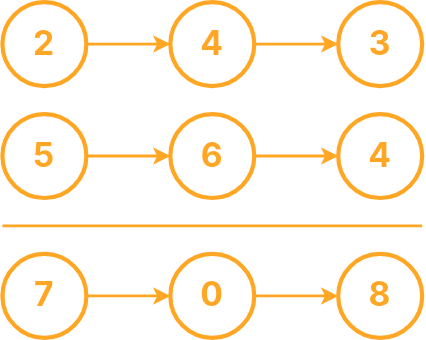
Above: docs/assets/images/leetcode/problem_2.svg in jks15satoshi/leetcode (draw.io), before the change. Source tidied: cells renumbered, new cells last; positions are measured from the earlier drawing's top-left corner, leaving out a move shared by most shapes.
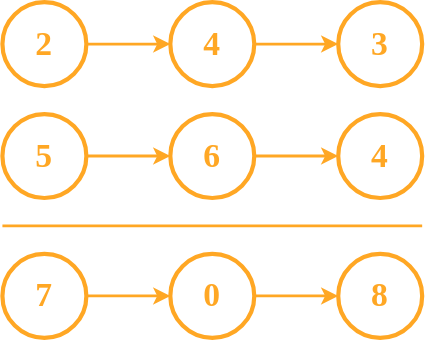
The same file after the commit.

Diff of the diagram source:
```diff
@@ -2,16 +2,16 @@
   <root>
     <mxCell id="0" />
     <mxCell id="1" parent="0" />
-    <mxCell id="2" value="&lt;span style=&quot;font-size: 24px;&quot;&gt;&lt;font style=&quot;font-size: 24px;&quot;&gt;2&lt;/font&gt;&lt;/span&gt;" style="ellipse;whiteSpace=wrap;html=1;fillColor=none;strokeWidth=3;strokeColor=#ffa724;fontColor=#FFA724;fontStyle=1;fontSize=24;labelBackgroundColor=none;fontFamily=Inter;fontSource=https%3A%2F%2Ffonts.googleapis.com%2Fcss%3Ffamily%3DInter;" parent="1" vertex="1">
+    <mxCell id="2" value="&lt;span style=&quot;font-size: 24px;&quot;&gt;&lt;font style=&quot;font-size: 24px;&quot;&gt;2&lt;/font&gt;&lt;/span&gt;" style="ellipse;whiteSpace=wrap;html=1;fillColor=none;strokeWidth=3;strokeColor=#ffa724;fontColor=#FFA724;fontStyle=1;fontSize=24;labelBackgroundColor=none;fontFamily=san-serif;" parent="1" vertex="1">
       <mxGeometry width="60" height="60" as="geometry" />
     </mxCell>
     <mxCell id="3" style="edgeStyle=orthogonalEdgeStyle;rounded=0;jettySize=auto;html=1;entryX=0;entryY=0.5;entryDx=0;entryDy=0;fontSize=16;fontColor=#FFFFFF;strokeColor=#FFA724;strokeWidth=2;fontFamily=Inter;fontSource=https%3A%2F%2Ffonts.googleapis.com%2Fcss%3Ffamily%3DInter;" parent="1" edge="1" source="4" target="5">
       <mxGeometry relative="1" as="geometry" />
     </mxCell>
-    <mxCell id="4" value="4" style="ellipse;whiteSpace=wrap;html=1;fillColor=none;strokeWidth=3;strokeColor=#ffa724;fontColor=#FFA724;fontStyle=1;fontSize=24;labelBackgroundColor=none;fontFamily=Inter;fontSource=https%3A%2F%2Ffonts.googleapis.com%2Fcss%3Ffamily%3DInter;" parent="1" vertex="1">
+    <mxCell id="4" value="4" style="ellipse;whiteSpace=wrap;html=1;fillColor=none;strokeWidth=3;strokeColor=#ffa724;fontColor=#FFA724;fontStyle=1;fontSize=24;labelBackgroundColor=none;fontFamily=san-serif;" parent="1" vertex="1">
       <mxGeometry x="120" width="60" height="60" as="geometry" />
     </mxCell>
-    <mxCell id="5" value="3" style="ellipse;whiteSpace=wrap;html=1;fillColor=none;strokeWidth=3;strokeColor=#ffa724;fontColor=#FFA724;fontStyle=1;fontSize=24;labelBackgroundColor=none;fontFamily=Inter;fontSource=https%3A%2F%2Ffonts.googleapis.com%2Fcss%3Ffamily%3DInter;" parent="1" vertex="1">
+    <mxCell id="5" value="3" style="ellipse;whiteSpace=wrap;html=1;fillColor=none;strokeWidth=3;strokeColor=#ffa724;fontColor=#FFA724;fontStyle=1;fontSize=24;labelBackgroundColor=none;fontFamily=san-serif;" parent="1" vertex="1">
       <mxGeometry x="240" width="60" height="60" as="geometry" />
     </mxCell>
     <mxCell id="6" style="endArrow=none;html=1;rounded=0;strokeColor=#FFA724;strokeWidth=2;fontFamily=Inter;fontSource=https%3A%2F%2Ffonts.googleapis.com%2Fcss%3Ffamily%3DInter;" parent="1" edge="1">
@@ -23,31 +23,31 @@
     <mxCell id="7" style="edgeStyle=orthogonalEdgeStyle;rounded=0;jettySize=auto;html=1;entryX=0;entryY=0.5;entryDx=0;entryDy=0;fontSize=16;fontColor=#FFFFFF;strokeColor=#FFA724;strokeWidth=2;fontFamily=Inter;fontSource=https%3A%2F%2Ffonts.googleapis.com%2Fcss%3Ffamily%3DInter;" parent="1" edge="1" source="8" target="10">
       <mxGeometry relative="1" as="geometry" />
     </mxCell>
-    <mxCell id="8" value="5" style="ellipse;whiteSpace=wrap;html=1;fillColor=none;strokeWidth=3;strokeColor=#ffa724;fontColor=#FFA724;fontStyle=1;fontSize=24;labelBackgroundColor=none;fontFamily=Inter;fontSource=https%3A%2F%2Ffonts.googleapis.com%2Fcss%3Ffamily%3DInter;" parent="1" vertex="1">
+    <mxCell id="8" value="5" style="ellipse;whiteSpace=wrap;html=1;fillColor=none;strokeWidth=3;strokeColor=#ffa724;fontColor=#FFA724;fontStyle=1;fontSize=24;labelBackgroundColor=none;fontFamily=san-serif;" parent="1" vertex="1">
       <mxGeometry y="80" width="60" height="60" as="geometry" />
     </mxCell>
     <mxCell id="9" style="edgeStyle=orthogonalEdgeStyle;rounded=0;jettySize=auto;html=1;entryX=0;entryY=0.5;entryDx=0;entryDy=0;fontSize=16;fontColor=#FFFFFF;strokeColor=#FFA724;strokeWidth=2;fontFamily=Inter;fontSource=https%3A%2F%2Ffonts.googleapis.com%2Fcss%3Ffamily%3DInter;" parent="1" edge="1" source="10" target="11">
       <mxGeometry relative="1" as="geometry" />
     </mxCell>
-    <mxCell id="10" value="6" style="ellipse;whiteSpace=wrap;html=1;fillColor=none;strokeWidth=3;strokeColor=#ffa724;fontColor=#FFA724;fontStyle=1;fontSize=24;labelBackgroundColor=none;fontFamily=Inter;fontSource=https%3A%2F%2Ffonts.googleapis.com%2Fcss%3Ffamily%3DInter;" parent="1" vertex="1">
+    <mxCell id="10" value="6" style="ellipse;whiteSpace=wrap;html=1;fillColor=none;strokeWidth=3;strokeColor=#ffa724;fontColor=#FFA724;fontStyle=1;fontSize=24;labelBackgroundColor=none;fontFamily=san-serif;" parent="1" vertex="1">
       <mxGeometry x="120" y="80" width="60" height="60" as="geometry" />
     </mxCell>
-    <mxCell id="11" value="4" style="ellipse;whiteSpace=wrap;html=1;fillColor=none;strokeWidth=3;strokeColor=#ffa724;fontColor=#FFA724;fontStyle=1;fontSize=24;labelBackgroundColor=none;fontFamily=Inter;fontSource=https%3A%2F%2Ffonts.googleapis.com%2Fcss%3Ffamily%3DInter;" parent="1" vertex="1">
+    <mxCell id="11" value="4" style="ellipse;whiteSpace=wrap;html=1;fillColor=none;strokeWidth=3;strokeColor=#ffa724;fontColor=#FFA724;fontStyle=1;fontSize=24;labelBackgroundColor=none;fontFamily=san-serif;" parent="1" vertex="1">
       <mxGeometry x="240" y="80" width="60" height="60" as="geometry" />
     </mxCell>
     <mxCell id="12" style="edgeStyle=orthogonalEdgeStyle;rounded=0;jettySize=auto;html=1;entryX=0;entryY=0.5;entryDx=0;entryDy=0;fontSize=16;fontColor=#FFFFFF;strokeColor=#FFA724;strokeWidth=2;fontFamily=Inter;fontSource=https%3A%2F%2Ffonts.googleapis.com%2Fcss%3Ffamily%3DInter;" parent="1" edge="1" source="13" target="15">
       <mxGeometry relative="1" as="geometry" />
     </mxCell>
-    <mxCell id="13" value="7" style="ellipse;whiteSpace=wrap;html=1;fillColor=none;strokeWidth=3;strokeColor=#ffa724;fontColor=#FFA724;fontStyle=1;fontSize=24;labelBackgroundColor=none;fontFamily=Inter;fontSource=https%3A%2F%2Ffonts.googleapis.com%2Fcss%3Ffamily%3DInter;" parent="1" vertex="1">
+    <mxCell id="13" value="7" style="ellipse;whiteSpace=wrap;html=1;fillColor=none;strokeWidth=3;strokeColor=#ffa724;fontColor=#FFA724;fontStyle=1;fontSize=24;labelBackgroundColor=none;fontFamily=san-serif;" parent="1" vertex="1">
       <mxGeometry y="180" width="60" height="60" as="geometry" />
     </mxCell>
     <mxCell id="14" style="edgeStyle=orthogonalEdgeStyle;rounded=0;jettySize=auto;html=1;entryX=0;entryY=0.5;entryDx=0;entryDy=0;fontSize=16;fontColor=#FFFFFF;strokeColor=#FFA724;strokeWidth=2;fontFamily=Inter;fontSource=https%3A%2F%2Ffonts.googleapis.com%2Fcss%3Ffamily%3DInter;" parent="1" edge="1" source="15" target="16">
       <mxGeometry relative="1" as="geometry" />
     </mxCell>
-    <mxCell id="15" value="0" style="ellipse;whiteSpace=wrap;html=1;fillColor=none;strokeWidth=3;strokeColor=#ffa724;fontColor=#FFA724;fontStyle=1;fontSize=24;labelBackgroundColor=none;fontFamily=Inter;fontSource=https%3A%2F%2Ffonts.googleapis.com%2Fcss%3Ffamily%3DInter;" parent="1" vertex="1">
+    <mxCell id="15" value="0" style="ellipse;whiteSpace=wrap;html=1;fillColor=none;strokeWidth=3;strokeColor=#ffa724;fontColor=#FFA724;fontStyle=1;fontSize=24;labelBackgroundColor=none;fontFamily=san-serif;" parent="1" vertex="1">
       <mxGeometry x="120" y="180" width="60" height="60" as="geometry" />
     </mxCell>
-    <mxCell id="16" value="8" style="ellipse;whiteSpace=wrap;html=1;fillColor=none;strokeWidth=3;strokeColor=#ffa724;fontColor=#FFA724;fontStyle=1;fontSize=24;labelBackgroundColor=none;fontFamily=Inter;fontSource=https%3A%2F%2Ffonts.googleapis.com%2Fcss%3Ffamily%3DInter;" parent="1" vertex="1">
+    <mxCell id="16" value="8" style="ellipse;whiteSpace=wrap;html=1;fillColor=none;strokeWidth=3;strokeColor=#ffa724;fontColor=#FFA724;fontStyle=1;fontSize=24;labelBackgroundColor=none;fontFamily=san-serif;" parent="1" vertex="1">
       <mxGeometry x="240" y="180" width="60" height="60" as="geometry" />
     </mxCell>
     <mxCell id="17" style="endArrow=classic;html=1;rounded=0;fontSize=16;fontColor=#FFFFFF;strokeColor=#FFA724;strokeWidth=2;entryX=0;entryY=0.5;entryDx=0;entryDy=0;exitX=1;exitY=0.5;exitDx=0;exitDy=0;fontFamily=Inter;fontSource=https%3A%2F%2Ffonts.googleapis.com%2Fcss%3Ffamily%3DInter;" parent="1" edge="1" source="2" target="4">
```
